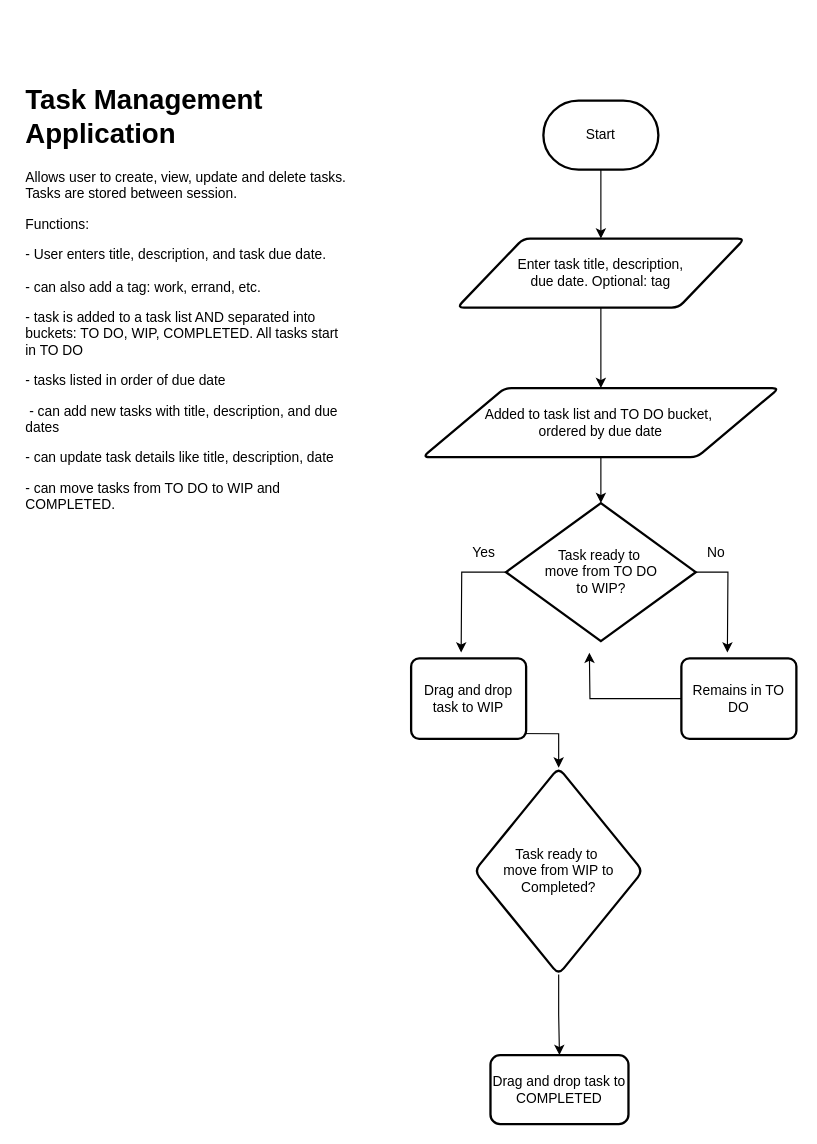
This is Untitled Diagram.drawio from prahdigy/CPSC-362-Group-7-Task-Management-System-, a draw.io file, before an edit. Source tidied: cells renumbered, new cells numbered last; positions are measured from the earlier drawing's top-left corner, leaving out a move shared by most shapes. Both pictures are drawn from the tidied source at 115%, with x=0, y=0 at pixel (20, 77).
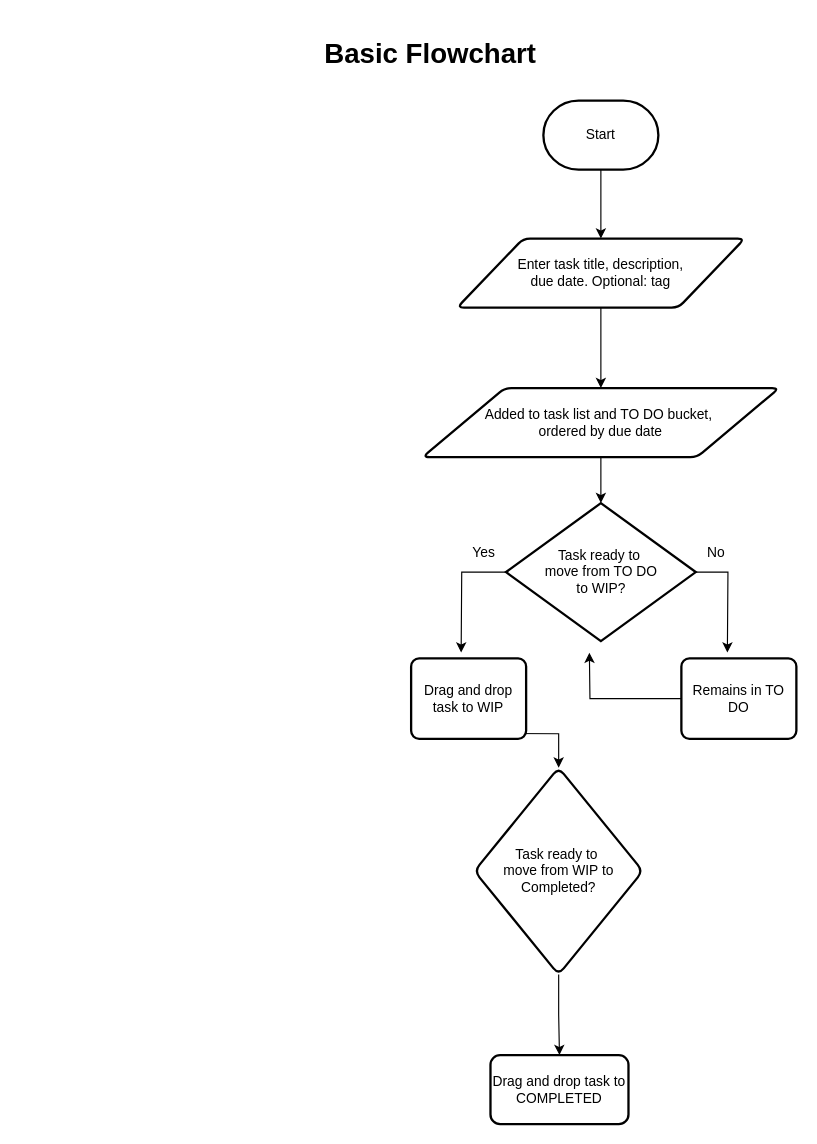
The same diagram, later.

The edit, as a diff of the source:
```diff
@@
-    <mxCell id="2" value="&lt;h1&gt;Task Management Application&lt;/h1&gt;&lt;p&gt;Allows user to create, view, update and delete tasks. Tasks are stored between session.&amp;nbsp;&amp;nbsp;&lt;/p&gt;&lt;p&gt;Functions:&lt;/p&gt;- User enters title, description,&amp;nbsp;&lt;span style=&quot;text-align: center;&quot;&gt;and task due date.&amp;nbsp;&lt;br&gt;&lt;br&gt;- can also add a tag: work, errand, etc.&lt;br&gt;&lt;/span&gt;&lt;p&gt;- task is added to a task list AND separated into buckets: TO DO, WIP, COMPLETED. All tasks start in TO DO&lt;/p&gt;&lt;p&gt;- tasks listed in order of due date&lt;/p&gt;&lt;p&gt;&amp;nbsp;- can add new tasks with title, description, and due dates&lt;br&gt;&lt;/p&gt;&lt;p&gt;- can update task details like title, description, date&lt;/p&gt;&lt;p&gt;- can move tasks from TO DO to WIP and COMPLETED.&amp;nbsp;&lt;/p&gt;&lt;p&gt;&lt;br&gt;&lt;/p&gt;&lt;p&gt;&lt;br&gt;&lt;/p&gt;" style="text;html=1;spacing=5;spacingTop=-20;whiteSpace=wrap;overflow=hidden;rounded=0;" parent="1" vertex="1">
-      <mxGeometry width="290" height="430" as="geometry" />
+    <mxCell id="2" value="&lt;h1&gt;Basic Flowchart&lt;/h1&gt;&lt;p&gt;&lt;br&gt;&lt;/p&gt;&lt;p&gt;&lt;br&gt;&lt;/p&gt;" style="text;html=1;spacing=5;spacingTop=-20;whiteSpace=wrap;overflow=hidden;rounded=0;" parent="1" vertex="1">
+      <mxGeometry x="260" y="-40" width="280" height="40" as="geometry" />
     </mxCell>
```
